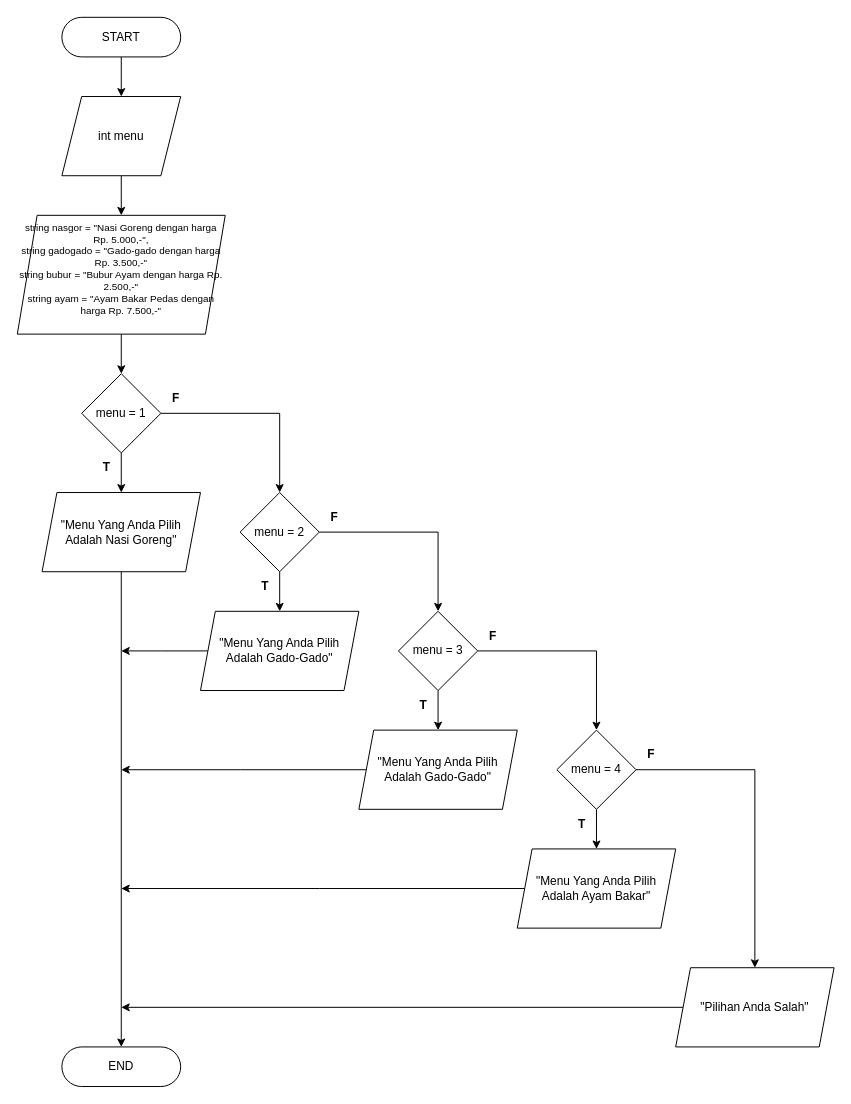
Earlier version of the draw.io diagram prak3-03.drawio (xnoname2003/flowchart). Source tidied: cells renumbered, new cells numbered last; positions are measured from the earlier drawing's top-left corner, leaving out a move shared by most shapes. Both pictures are drawn from the tidied source at 99%, with x=0, y=0 at pixel (17, 17).
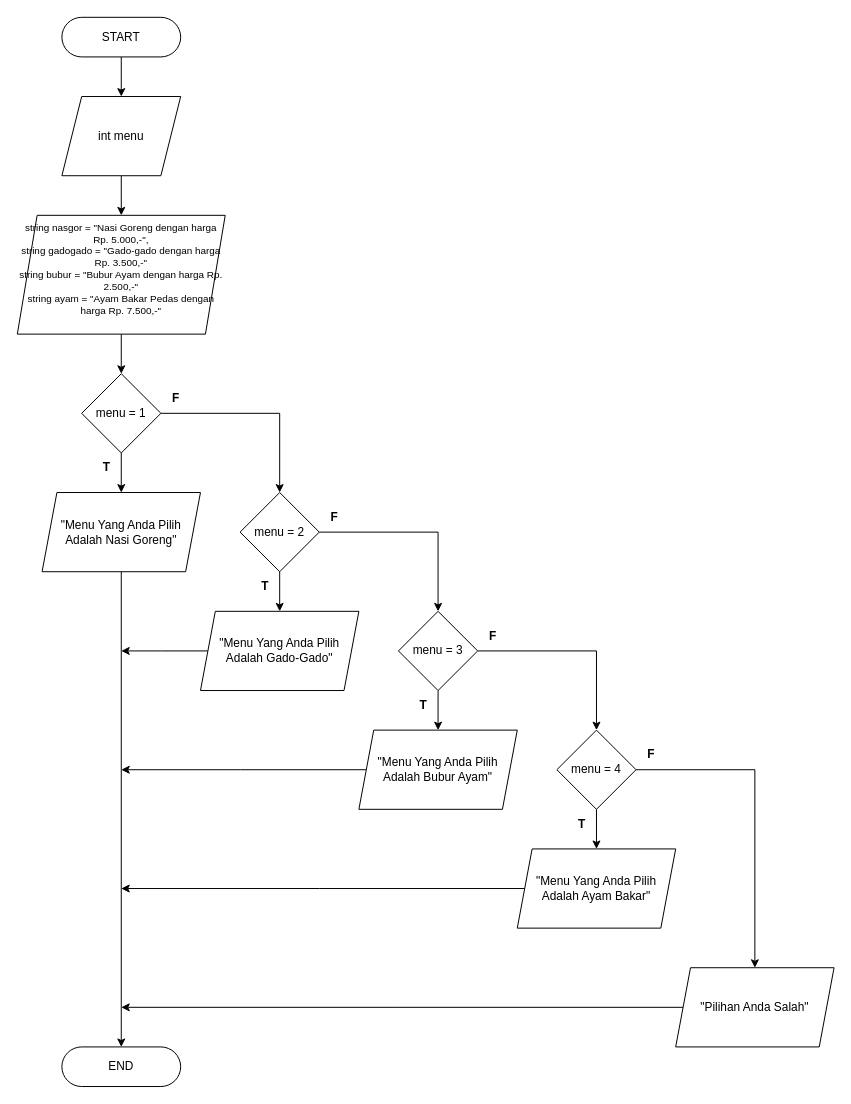
The same diagram, later.

Diff of the diagram source:
```diff
@@
-    <mxCell id="20" value="&quot;Menu Yang Anda Pilih Adalah Gado-Gado&quot;" style="shape=parallelogram;perimeter=parallelogramPerimeter;whiteSpace=wrap;html=1;fixedSize=1;size=15;" parent="1" vertex="1">
+    <mxCell id="20" value="&quot;Menu Yang Anda Pilih Adalah Bubur Ayam&quot;" style="shape=parallelogram;perimeter=parallelogramPerimeter;whiteSpace=wrap;html=1;fixedSize=1;size=15;" parent="1" vertex="1">
       <mxGeometry x="345" y="720" width="160" height="80" as="geometry" />
     </mxCell>
```
